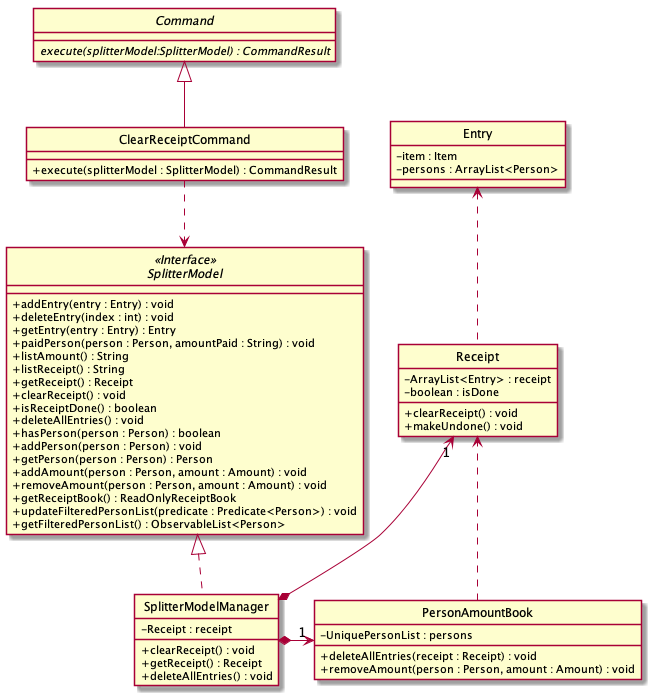
This is docs/images/ExpenseSplitterClearReceiptCommandClassDiagram.png from nus-cs2103-AY1920S2/addressbook-level3, a PlantUML export, as it was before one commit.
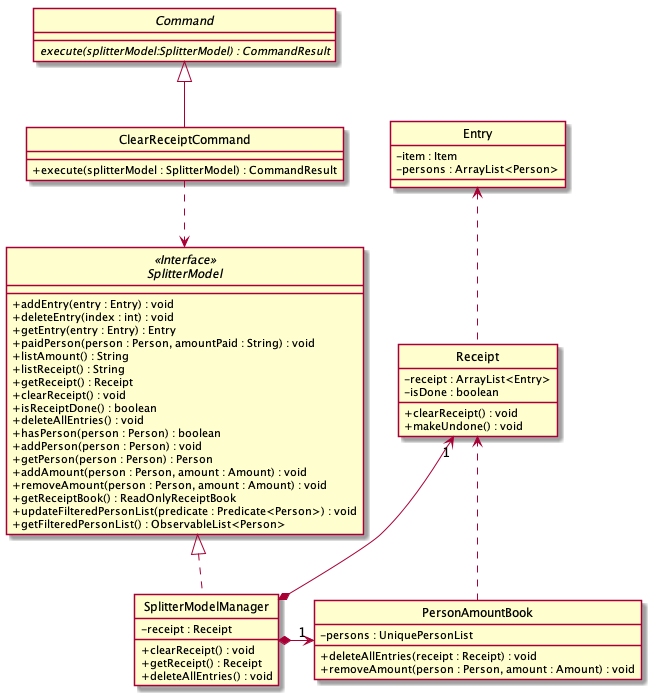
Above is the later version.

Commit message:
Update seq diagrams

What changed in the source:
```diff
@@ -36,7 +36,7 @@
 }
 
 class SplitterModelManager implements SplitterModel {
-    - Receipt : receipt
+    - receipt : Receipt
 
     + clearReceipt() : void
     + getReceipt() : Receipt
@@ -44,15 +44,15 @@
 }
 
 class Receipt {
-    - ArrayList<Entry> : receipt
-    - boolean : isDone
+    - receipt : ArrayList<Entry>
+    - isDone : boolean
 
     + clearReceipt() : void
     + makeUndone() : void
 }
 
 class PersonAmountBook {
-    - UniquePersonList : persons
+    - persons : UniquePersonList
 
     + deleteAllEntries(receipt : Receipt) : void
     + removeAmount(person : Person, amount : Amount) : void
```
